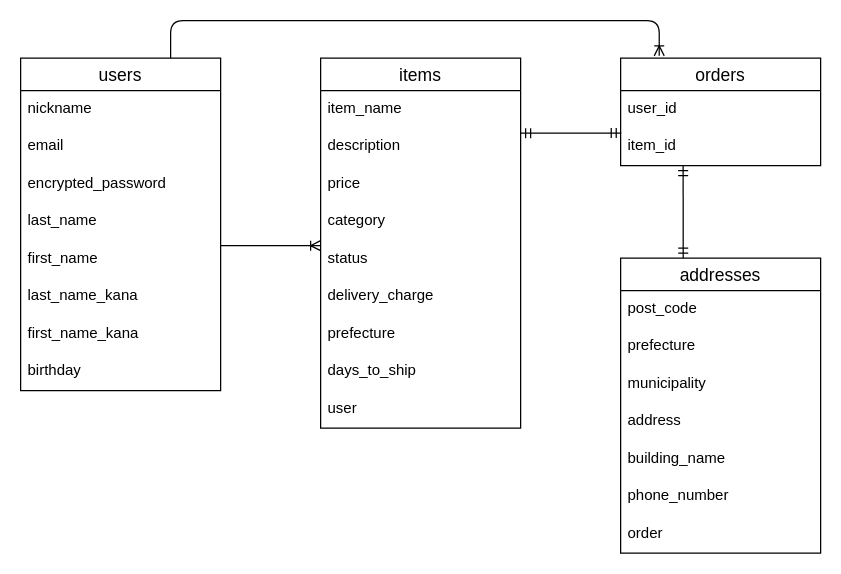
The draw.io diagram er.dio in chiya76/furima-38087, before the edit. Source tidied: cells renumbered, new cells numbered last; positions are measured from the earlier drawing's top-left corner, leaving out a move shared by most shapes. Both pictures are drawn from the tidied source at 125%, with x=0, y=0 at pixel (20, 20).
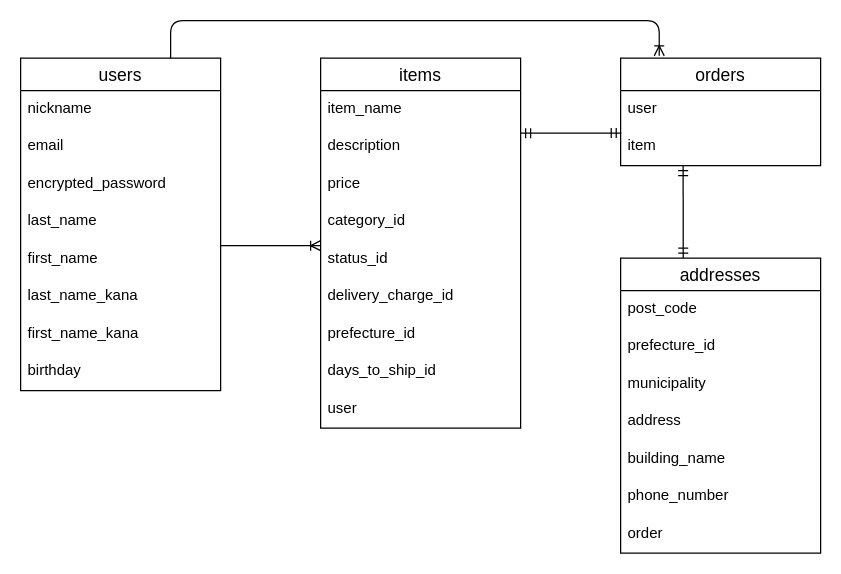
The same diagram, later.

The change refers to these unchanged cells:
```xml
<mxCell id="12" value="items" style="swimlane;fontStyle=0;horizontal=1;startSize=26;align=center;fontSize=14;rounded=0;" parent="1" vertex="1">
  <mxGeometry x="240" y="30" width="160" height="296" as="geometry" />
</mxCell>
<mxCell id="22" value="addresses" style="swimlane;fontStyle=0;horizontal=1;startSize=26;align=center;fontSize=14;rounded=0;" parent="1" vertex="1">
  <mxGeometry x="480" y="190" width="160" height="236" as="geometry" />
</mxCell>
<mxCell id="30" value="orders" style="swimlane;fontStyle=0;horizontal=1;startSize=26;align=center;fontSize=14;rounded=0;" parent="1" vertex="1">
  <mxGeometry x="480" y="30" width="160" height="86" as="geometry" />
</mxCell>
```

What changed in the source:
```diff
@@
-    <mxCell id="16" value="category" style="text;strokeColor=none;fillColor=none;spacingLeft=4;spacingRight=4;overflow=hidden;fontSize=12;rounded=0;" parent="12" vertex="1">
+    <mxCell id="16" value="category_id" style="text;strokeColor=none;fillColor=none;spacingLeft=4;spacingRight=4;overflow=hidden;fontSize=12;rounded=0;" parent="12" vertex="1">
       <mxGeometry y="116" width="160" height="30" as="geometry" />
     </mxCell>
-    <mxCell id="17" value="status" style="text;strokeColor=none;fillColor=none;spacingLeft=4;spacingRight=4;overflow=hidden;fontSize=12;rounded=0;" parent="12" vertex="1">
+    <mxCell id="17" value="status_id" style="text;strokeColor=none;fillColor=none;spacingLeft=4;spacingRight=4;overflow=hidden;fontSize=12;rounded=0;" parent="12" vertex="1">
       <mxGeometry y="146" width="160" height="30" as="geometry" />
     </mxCell>
-    <mxCell id="18" value="delivery_charge" style="text;strokeColor=none;fillColor=none;spacingLeft=4;spacingRight=4;overflow=hidden;fontSize=12;rounded=0;" parent="12" vertex="1">
+    <mxCell id="18" value="delivery_charge_id" style="text;strokeColor=none;fillColor=none;spacingLeft=4;spacingRight=4;overflow=hidden;fontSize=12;rounded=0;" parent="12" vertex="1">
       <mxGeometry y="176" width="160" height="30" as="geometry" />
     </mxCell>
-    <mxCell id="19" value="prefecture" style="text;strokeColor=none;fillColor=none;spacingLeft=4;spacingRight=4;overflow=hidden;fontSize=12;rounded=0;" parent="12" vertex="1">
+    <mxCell id="19" value="prefecture_id" style="text;strokeColor=none;fillColor=none;spacingLeft=4;spacingRight=4;overflow=hidden;fontSize=12;rounded=0;" parent="12" vertex="1">
       <mxGeometry y="206" width="160" height="30" as="geometry" />
     </mxCell>
-    <mxCell id="20" value="days_to_ship" style="text;strokeColor=none;fillColor=none;spacingLeft=4;spacingRight=4;overflow=hidden;fontSize=12;rounded=0;" parent="12" vertex="1">
+    <mxCell id="20" value="days_to_ship_id" style="text;strokeColor=none;fillColor=none;spacingLeft=4;spacingRight=4;overflow=hidden;fontSize=12;rounded=0;" parent="12" vertex="1">
       <mxGeometry y="236" width="160" height="30" as="geometry" />
     </mxCell>
@@
-    <mxCell id="24" value="prefecture" style="text;strokeColor=none;fillColor=none;spacingLeft=4;spacingRight=4;overflow=hidden;fontSize=12;rounded=0;" parent="22" vertex="1">
+    <mxCell id="24" value="prefecture_id" style="text;strokeColor=none;fillColor=none;spacingLeft=4;spacingRight=4;overflow=hidden;fontSize=12;rounded=0;" parent="22" vertex="1">
       <mxGeometry y="56" width="160" height="30" as="geometry" />
     </mxCell>
@@
-    <mxCell id="31" value="user_id" style="text;strokeColor=none;fillColor=none;spacingLeft=4;spacingRight=4;overflow=hidden;fontSize=12;rounded=0;" parent="30" vertex="1">
+    <mxCell id="31" value="user" style="text;strokeColor=none;fillColor=none;spacingLeft=4;spacingRight=4;overflow=hidden;fontSize=12;rounded=0;" parent="30" vertex="1">
       <mxGeometry y="26" width="160" height="30" as="geometry" />
     </mxCell>
-    <mxCell id="32" value="item_id" style="text;strokeColor=none;fillColor=none;spacingLeft=4;spacingRight=4;overflow=hidden;points=[[0,0.5],[1,0.5]];portConstraint=eastwest;fontSize=12;rounded=0;" parent="30" vertex="1">
+    <mxCell id="32" value="item" style="text;strokeColor=none;fillColor=none;spacingLeft=4;spacingRight=4;overflow=hidden;points=[[0,0.5],[1,0.5]];portConstraint=eastwest;fontSize=12;rounded=0;" parent="30" vertex="1">
       <mxGeometry y="56" width="160" height="30" as="geometry" />
     </mxCell>
```
